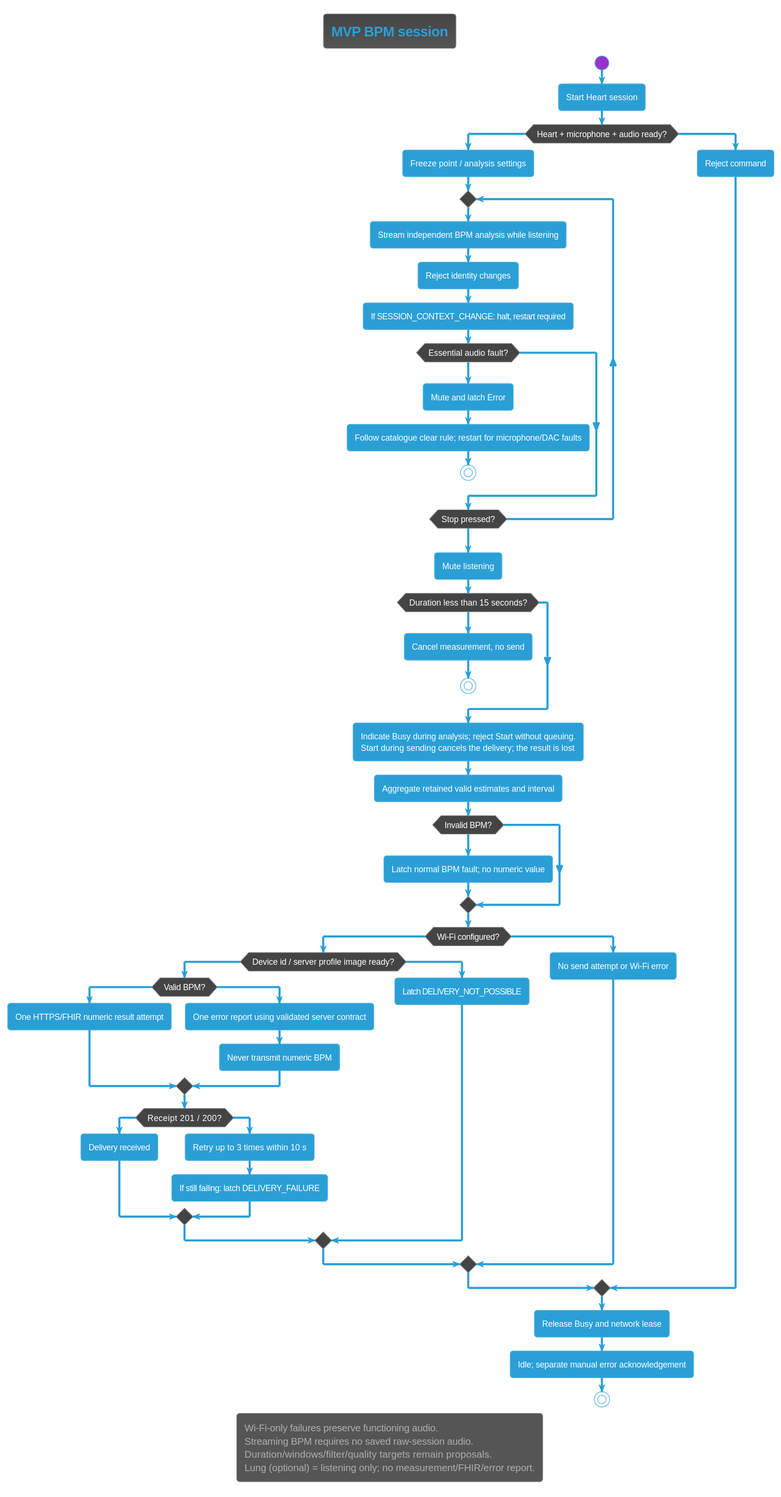
Earlier version of the PlantUML export Development/system/architecture/system/rendered/measurement_workflow.svg (DemonicPsychoII/DigitalStethoscope).
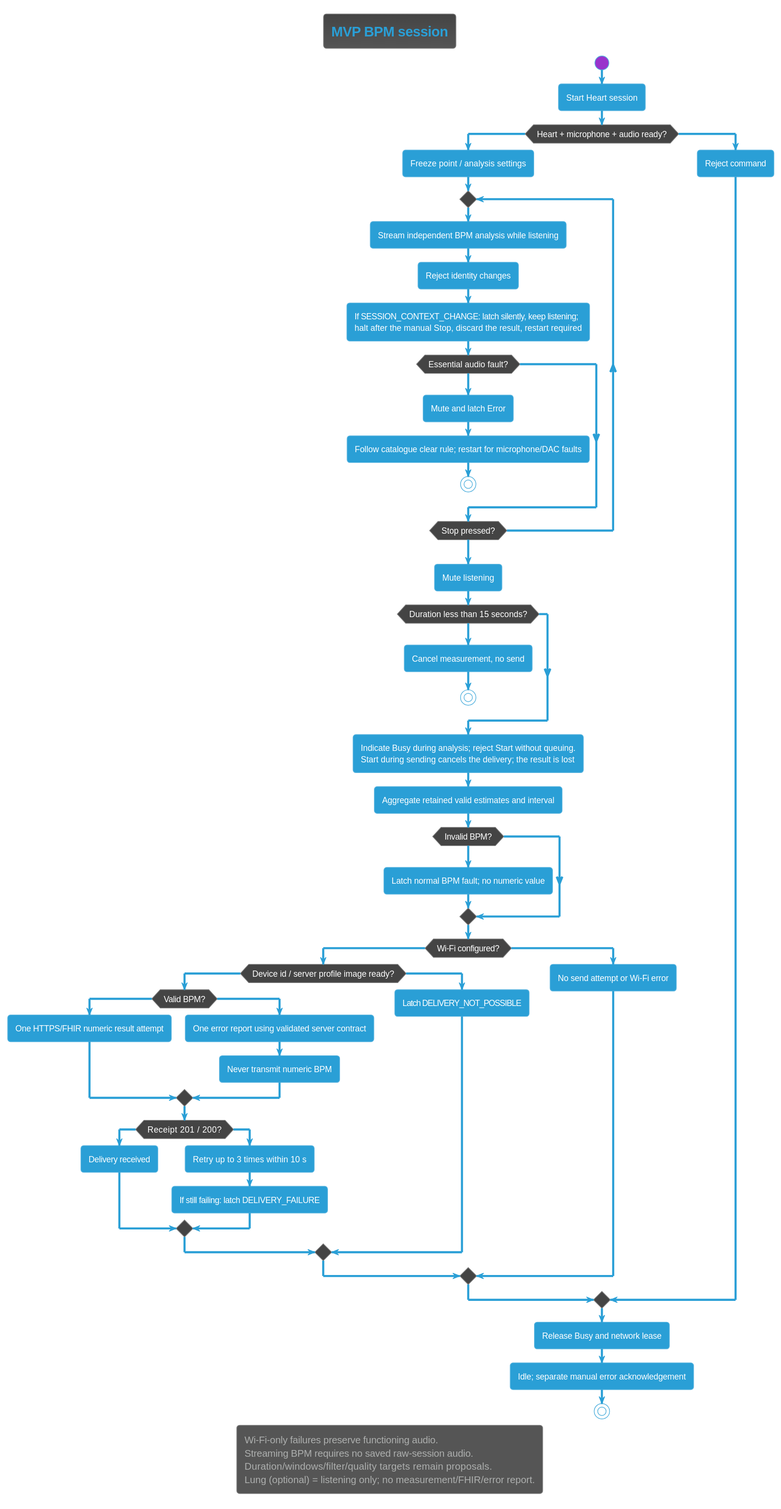
The same file after the commit.

Commit message:
documentation: carry the deferred-error and audio-halt rules into the architecture views and use case F4

The edit, as a diff of the source:
```diff
@@ -10,7 +10,7 @@
  repeat
   :Stream independent BPM analysis while listening;
   :Reject identity changes;
-  :If SESSION_CONTEXT_CHANGE: halt, restart required;
+  :If SESSION_CONTEXT_CHANGE: latch silently, keep listening;\nhalt after the manual Stop, discard the result, restart required;
   if (Essential audio fault?) then (yes)
    :Mute and latch Error;
    :Follow catalogue clear rule; restart for microphone/DAC faults;
```
